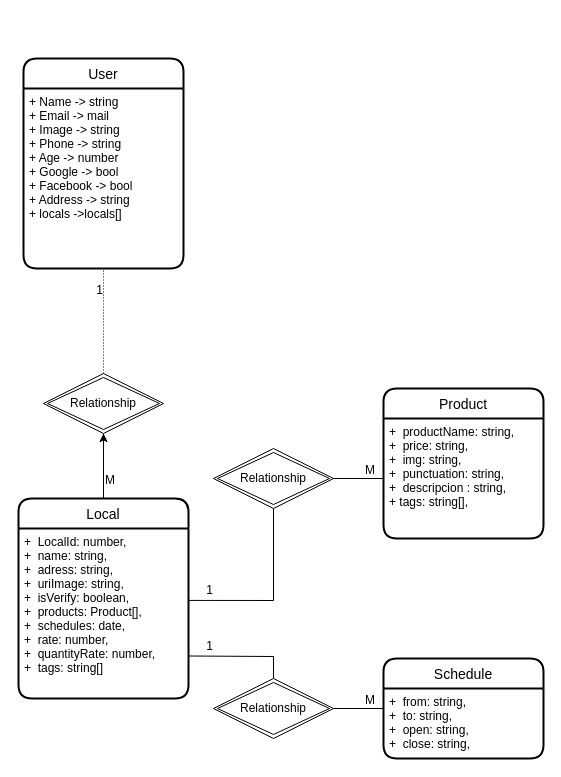
Above: page "Database" (1 of 6) of Documentation/Database.drawio in VictorVMHC/Located.API (draw.io), before the change. Source tidied: cells renumbered, new cells numbered last; positions are measured from the earlier drawing's top-left corner, leaving out a move shared by most shapes. Both pictures are drawn from the tidied source at 100%, with x=0, y=0 at pixel (18, 58).
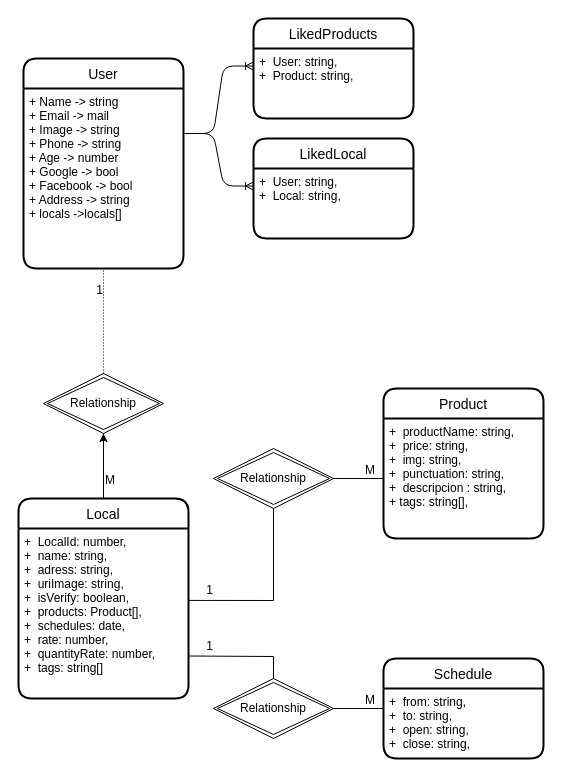
Above is the later version.

The change refers to these unchanged cells:
```xml
<mxCell id="4" value="+ Name -&gt; string&#10;+ Email -&gt; mail&#10;+ Image -&gt; string&#10;+ Phone -&gt; string&#10;+ Age -&gt; number&#10;+ Google -&gt; bool&#10;+ Facebook -&gt; bool&#10;+ Address -&gt; string&#10;+ locals -&gt;locals[]&#10;" style="align=left;strokeColor=none;fillColor=none;spacingLeft=4;fontSize=12;verticalAlign=top;" parent="3" vertex="1">
  <mxGeometry y="30" width="160" height="180" as="geometry" />
</mxCell>
```

Diff of the diagram source:
```diff
@@
+    <mxCell id="27" value="LikedProducts" style="swimlane;horizontal=1;startSize=30;rounded=1;fontSize=14;fontStyle=0;strokeWidth=2;shadow=0;dashed=0;align=center;" parent="1" vertex="1">
+      <mxGeometry x="235" y="-40" width="160" height="100" as="geometry" />
+    </mxCell>
+    <mxCell id="28" value="+  User: string,&#10;+  Product: string," style="align=left;strokeColor=none;fillColor=none;spacingLeft=4;fontSize=12;verticalAlign=top;" parent="27" vertex="1">
+      <mxGeometry y="30" width="160" height="70" as="geometry" />
+    </mxCell>
+    <mxCell id="29" value="LikedLocal" style="swimlane;horizontal=1;startSize=30;rounded=1;fontSize=14;fontStyle=0;strokeWidth=2;shadow=0;dashed=0;align=center;" parent="1" vertex="1">
+      <mxGeometry x="235" y="80" width="160" height="100" as="geometry" />
+    </mxCell>
+    <mxCell id="30" value="+  User: string,&#10;+  Local: string," style="align=left;strokeColor=none;fillColor=none;spacingLeft=4;fontSize=12;verticalAlign=top;" parent="29" vertex="1">
+      <mxGeometry y="30" width="160" height="70" as="geometry" />
+    </mxCell>
+    <mxCell id="31" style="edgeStyle=entityRelationEdgeStyle;fontSize=12;html=1;endArrow=ERoneToMany;exitX=1;exitY=0.25;exitDx=0;exitDy=0;entryX=0;entryY=0.25;entryDx=0;entryDy=0;" parent="1" edge="1" source="4" target="28">
+      <mxGeometry relative="1" as="geometry" />
+    </mxCell>
+    <mxCell id="32" style="edgeStyle=entityRelationEdgeStyle;fontSize=12;html=1;endArrow=ERoneToMany;exitX=1;exitY=0.25;exitDx=0;exitDy=0;entryX=0;entryY=0.25;entryDx=0;entryDy=0;" parent="1" edge="1" source="4" target="30">
+      <mxGeometry relative="1" as="geometry" />
+    </mxCell>
```
